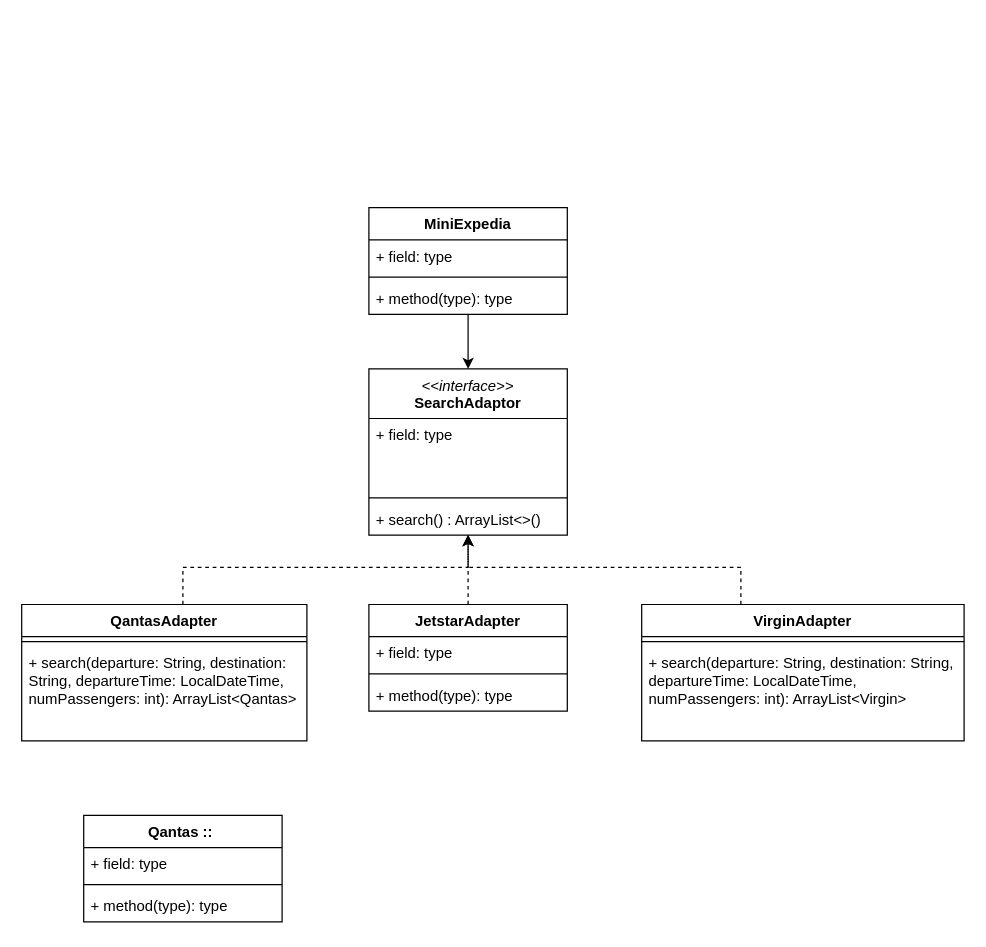
Earlier version of the draw.io diagram page "Page-1" (1 of 2) of workshop8-week9.drawio (antonykimuom/SWEN30006-2025-SM1-workshop1-tuew05-14-00-team-12). Source tidied: cells renumbered, new cells numbered last; positions are measured from the earlier drawing's top-left corner, leaving out a move shared by most shapes. Both pictures are drawn from the tidied source at 124%, with x=0, y=0 at pixel (21, 207).
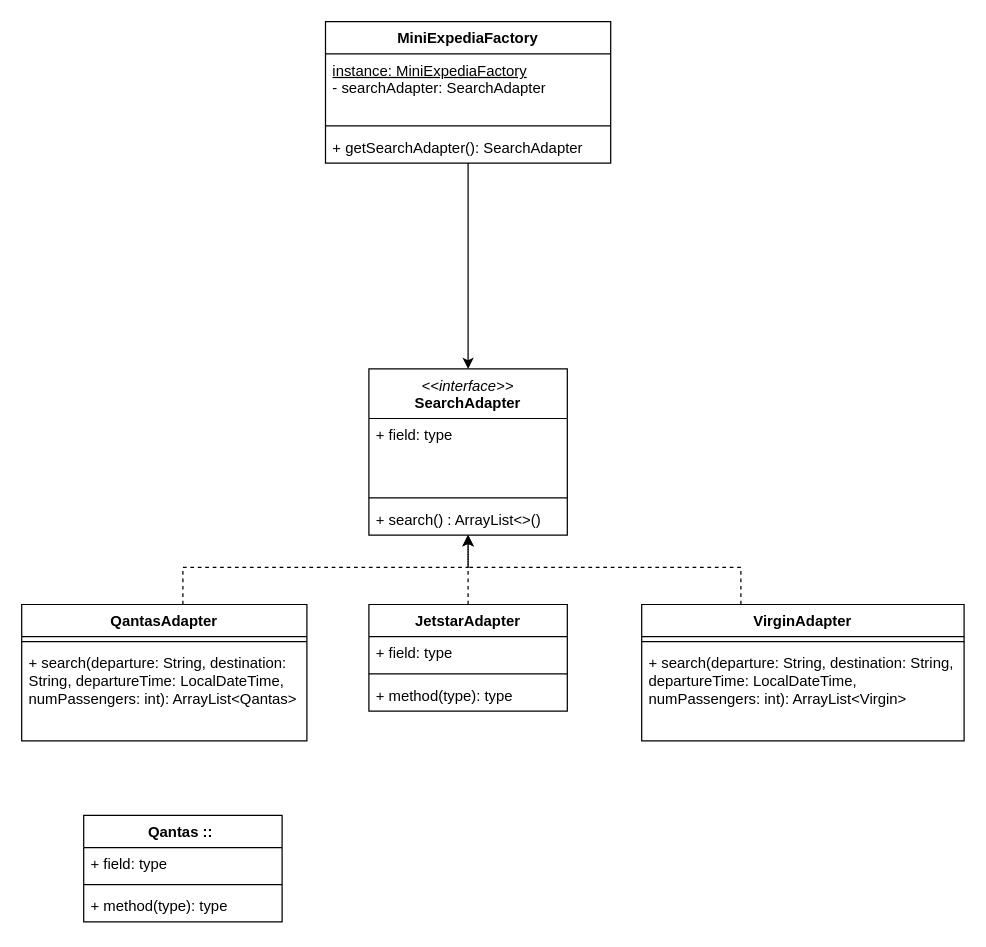
Above is the later version.

Commit message:
added singleton and search adapter attributes to miniexpedia (which is now a factory)

What changed in the source:
```diff
@@
-    <mxCell id="6" value="&lt;div&gt;&lt;span style=&quot;font-weight: normal;&quot;&gt;&lt;i&gt;&amp;lt;&amp;lt;interface&amp;gt;&amp;gt;&lt;/i&gt;&lt;/span&gt;&lt;/div&gt;SearchAdaptor" style="swimlane;fontStyle=1;align=center;verticalAlign=top;horizontal=1;startSize=40;whiteSpace=wrap;html=1;" parent="1" vertex="1">
+    <mxCell id="6" value="&lt;div&gt;&lt;span style=&quot;font-weight: normal;&quot;&gt;&lt;i&gt;&amp;lt;&amp;lt;interface&amp;gt;&amp;gt;&lt;/i&gt;&lt;/span&gt;&lt;/div&gt;SearchAdapter" style="swimlane;fontStyle=1;align=center;verticalAlign=top;horizontal=1;startSize=40;whiteSpace=wrap;html=1;" parent="1" vertex="1">
       <mxGeometry x="280" y="130" width="160" height="134" as="geometry" />
     </mxCell>
@@
-    <mxCell id="12" value="MiniExpedia" style="swimlane;fontStyle=1;align=center;verticalAlign=top;horizontal=1;startSize=26;whiteSpace=wrap;html=1;" parent="1" vertex="1">
-      <mxGeometry x="280" width="160" height="86" as="geometry" />
+    <mxCell id="12" value="MiniExpediaFactory" style="swimlane;fontStyle=1;align=center;verticalAlign=top;horizontal=1;startSize=26;whiteSpace=wrap;html=1;" parent="1" vertex="1">
+      <mxGeometry x="245" y="-150" width="230" height="114" as="geometry" />
     </mxCell>
-    <mxCell id="13" value="+ field: type" style="text;strokeColor=none;fillColor=none;align=left;verticalAlign=top;spacingLeft=4;spacingRight=4;overflow=hidden;whiteSpace=wrap;html=1;" parent="12" vertex="1">
-      <mxGeometry y="26" width="160" height="26" as="geometry" />
+    <mxCell id="13" value="&lt;div&gt;&lt;u&gt;instance: MiniExpediaFactory&lt;/u&gt;&lt;/div&gt;- searchAdapter: SearchAdapter" style="text;strokeColor=none;fillColor=none;align=left;verticalAlign=top;spacingLeft=4;spacingRight=4;overflow=hidden;whiteSpace=wrap;html=1;" parent="12" vertex="1">
+      <mxGeometry y="26" width="230" height="54" as="geometry" />
     </mxCell>
     <mxCell id="14" style="line;strokeWidth=1;fillColor=none;align=left;verticalAlign=middle;spacingTop=-1;spacingLeft=3;spacingRight=3;labelPosition=right;strokeColor=inherit;" parent="12" vertex="1">
-      <mxGeometry y="52" width="160" height="8" as="geometry" />
+      <mxGeometry y="80" width="230" height="8" as="geometry" />
     </mxCell>
-    <mxCell id="15" value="+ method(type): type" style="text;strokeColor=none;fillColor=none;align=left;verticalAlign=top;spacingLeft=4;spacingRight=4;overflow=hidden;whiteSpace=wrap;html=1;" parent="12" vertex="1">
-      <mxGeometry y="60" width="160" height="26" as="geometry" />
+    <mxCell id="15" value="+ getSearchAdapter(): SearchAdapter" style="text;strokeColor=none;fillColor=none;align=left;verticalAlign=top;spacingLeft=4;spacingRight=4;overflow=hidden;whiteSpace=wrap;html=1;" parent="12" vertex="1">
+      <mxGeometry y="88" width="230" height="26" as="geometry" />
     </mxCell>
```
